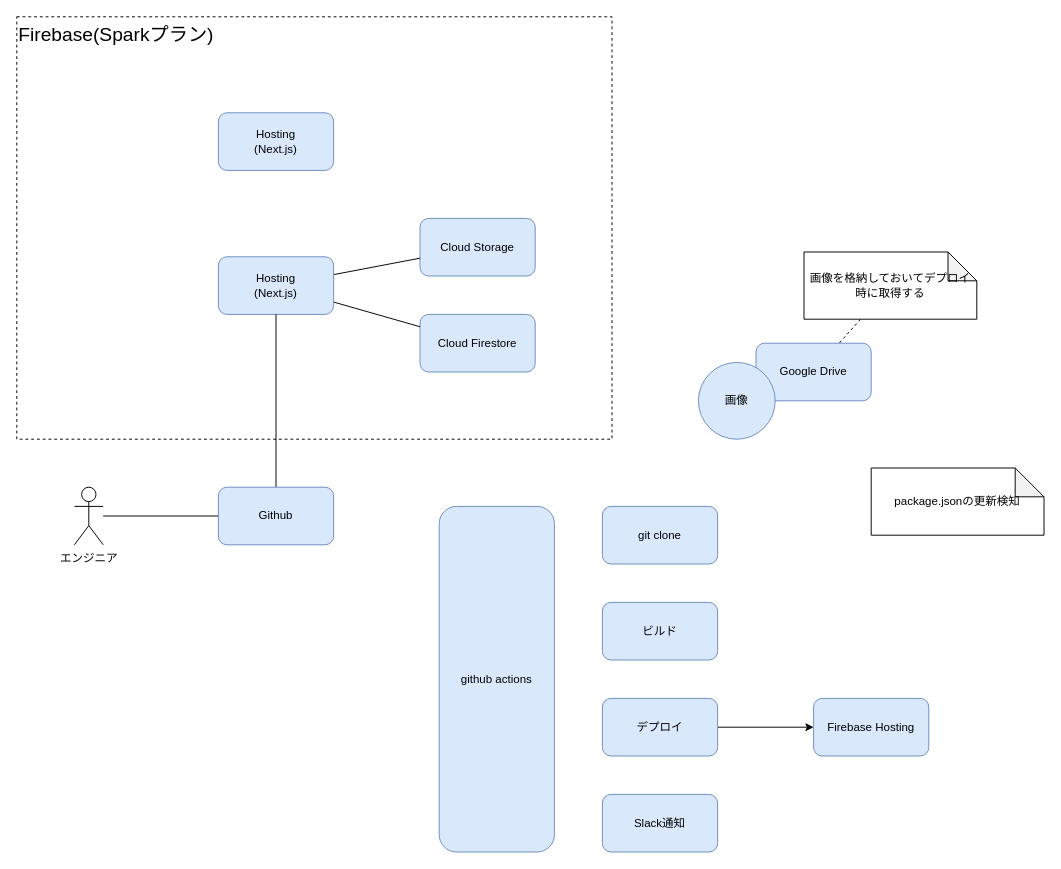
The draw.io diagram page "システムアーキテクチャ" (2 of 2) of document/domainModel.drawio in takiguchi-yu/NetaImageArchive, before the edit. Source tidied: cells renumbered, new cells numbered last; positions are measured from the earlier drawing's top-left corner, leaving out a move shared by most shapes. Both pictures are drawn from the tidied source at 96%, with x=0, y=0 at pixel (16, 16).
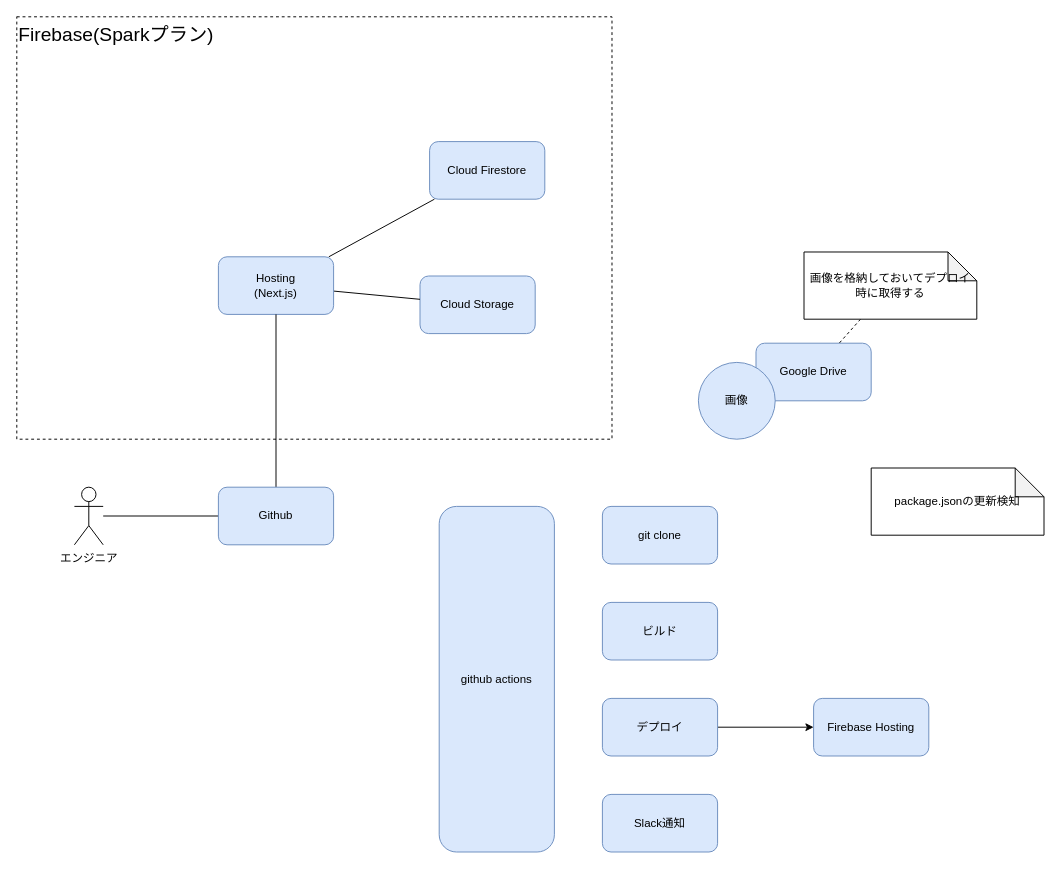
Above is the later version.

What changed in the source:
```diff
@@
     <mxCell id="3" value="Cloud Firestore" style="rounded=1;whiteSpace=wrap;html=1;fillColor=#dae8fc;strokeColor=#6c8ebf;" parent="1" vertex="1">
-      <mxGeometry x="420" y="310" width="120" height="60" as="geometry" />
+      <mxGeometry x="430" y="130" width="120" height="60" as="geometry" />
     </mxCell>
     <mxCell id="4" value="Cloud Storage" style="rounded=1;whiteSpace=wrap;html=1;fillColor=#dae8fc;strokeColor=#6c8ebf;" parent="1" vertex="1">
-      <mxGeometry x="420" y="210" width="120" height="60" as="geometry" />
+      <mxGeometry x="420" y="270" width="120" height="60" as="geometry" />
     </mxCell>
@@
-    <mxCell id="24" value="Hosting&lt;br&gt;(Next.js)" style="rounded=1;whiteSpace=wrap;html=1;fillColor=#dae8fc;strokeColor=#6c8ebf;" parent="1" vertex="1">
-      <mxGeometry x="210" y="100" width="120" height="60" as="geometry" />
-    </mxCell>
```
